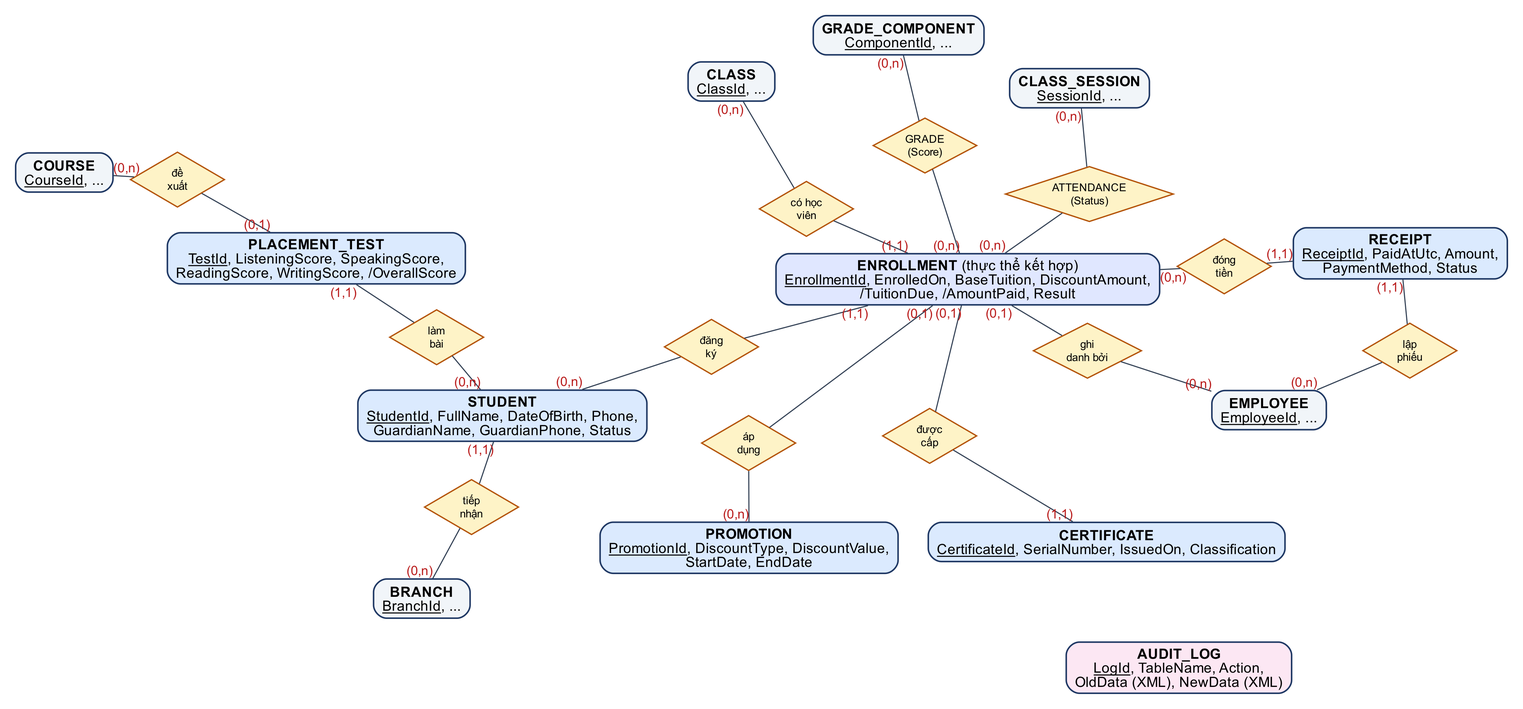
Above: docs/report/images/diagrams/erd_2_students_finance.png in nhutruong-uit/imcp (Graphviz), before the change. Its source is kept beside it as docs/report/diagrams/erd_2_students_finance.dot.
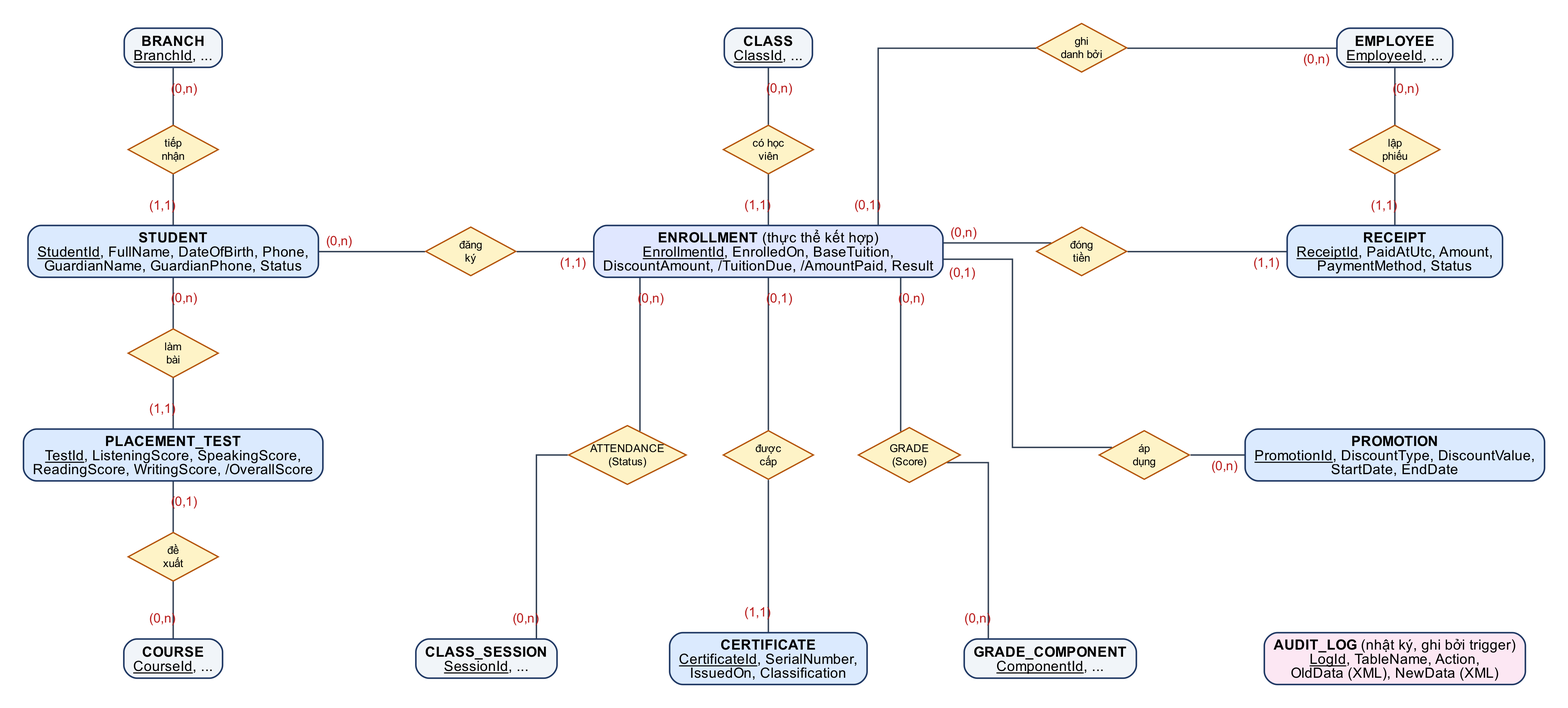
The same diagram one commit later.

Diff of the diagram source:
```diff
@@ -1,39 +1,48 @@
 graph ERD2 {
-  graph [layout=neato, overlap=prism, overlap_scaling=-2, splines=true, sep="+8", esep="+4", fontname="Arial", pad=0.2, dpi=220, start=7];
-  node  [fontname="Arial", fontsize=13];
-  edge  [fontname="Arial", fontsize=12, color="#334155", labelfontcolor="#B91C1C", labelfontsize=12, len=1.1];
+  graph [layout=neato, splines=ortho, fontname="Arial", pad=0.3, dpi=220, outputorder=edgesfirst];
+  node  [fontname="Arial", fontsize=13, pin=true];
+  edge  [fontname="Arial", fontsize=12, color="#334155", penwidth=1.3, labelfontcolor="#B91C1C", labelfontsize=12,
+         labeldistance=2.1, labelangle=28];
 
-  node [shape=box, style="filled,rounded", fillcolor="#DBEAFE", color="#1F3864", penwidth=1.4];
-  STUDENT [label=<<B>STUDENT</B><BR/><U>StudentId</U>, FullName, DateOfBirth, Phone,<BR/>GuardianName, GuardianPhone, Status>];
-  PLACEMENT_TEST [label=<<B>PLACEMENT_TEST</B><BR/><U>TestId</U>, ListeningScore, SpeakingScore,<BR/>ReadingScore, WritingScore, /OverallScore>];
-  ENROLLMENT [label=<<B>ENROLLMENT</B> (thực thể kết hợp)<BR/><U>EnrollmentId</U>, EnrolledOn, BaseTuition, DiscountAmount,<BR/>/TuitionDue, /AmountPaid, Result>, fillcolor="#E0E7FF"];
-  CLASS [label=<<B>CLASS</B><BR/><U>ClassId</U>, ...>, fillcolor="#F1F5F9"];
-  COURSE [label=<<B>COURSE</B><BR/><U>CourseId</U>, ...>, fillcolor="#F1F5F9"];
-  CLASS_SESSION [label=<<B>CLASS_SESSION</B><BR/><U>SessionId</U>, ...>, fillcolor="#F1F5F9"];
-  GRADE_COMPONENT [label=<<B>GRADE_COMPONENT</B><BR/><U>ComponentId</U>, ...>, fillcolor="#F1F5F9"];
-  EMPLOYEE [label=<<B>EMPLOYEE</B><BR/><U>EmployeeId</U>, ...>, fillcolor="#F1F5F9"];
-  BRANCH [label=<<B>BRANCH</B><BR/><U>BranchId</U>, ...>, fillcolor="#F1F5F9"];
-  PROMOTION [label=<<B>PROMOTION</B><BR/><U>PromotionId</U>, DiscountType, DiscountValue,<BR/>StartDate, EndDate>];
-  RECEIPT [label=<<B>RECEIPT</B><BR/><U>ReceiptId</U>, PaidAtUtc, Amount,<BR/>PaymentMethod, Status>];
-  CERTIFICATE [label=<<B>CERTIFICATE</B><BR/><U>CertificateId</U>, SerialNumber, IssuedOn, Classification>];
-  AUDIT_LOG [label=<<B>AUDIT_LOG</B><BR/><U>LogId</U>, TableName, Action,<BR/>OldData (XML), NewData (XML)>, fillcolor="#FCE7F3"];
+  node [shape=box, style="filled,rounded", fillcolor="#DBEAFE", color="#1F3864", penwidth=1.4, margin="0.12,0.06"];
+  BRANCH [pos="0,7.8!", label=<<B>BRANCH</B><BR/><U>BranchId</U>, ...>, fillcolor="#F1F5F9"];
+  STUDENT [pos="0,5.2!", label=<<B>STUDENT</B><BR/><U>StudentId</U>, FullName, DateOfBirth, Phone,<BR/>GuardianName, GuardianPhone, Status>];
+  PLACEMENT_TEST [pos="0,2.6!", label=<<B>PLACEMENT_TEST</B><BR/><U>TestId</U>, ListeningScore, SpeakingScore,<BR/>ReadingScore, WritingScore, /OverallScore>];
+  COURSE [pos="0,0!", label=<<B>COURSE</B><BR/><U>CourseId</U>, ...>, fillcolor="#F1F5F9"];
+  CLASS [pos="7.6,7.8!", label=<<B>CLASS</B><BR/><U>ClassId</U>, ...>, fillcolor="#F1F5F9"];
+  ENROLLMENT [pos="7.6,5.2!", label=<<B>ENROLLMENT</B> (thực thể kết hợp)<BR/><U>EnrollmentId</U>, EnrolledOn, BaseTuition,<BR/>DiscountAmount, /TuitionDue, /AmountPaid, Result>, fillcolor="#E0E7FF"];
+  CLASS_SESSION [pos="4.0,0!", label=<<B>CLASS_SESSION</B><BR/><U>SessionId</U>, ...>, fillcolor="#F1F5F9"];
+  CERTIFICATE [pos="7.6,0!", label=<<B>CERTIFICATE</B><BR/><U>CertificateId</U>, SerialNumber,<BR/>IssuedOn, Classification>];
+  GRADE_COMPONENT [pos="11.2,0!", label=<<B>GRADE_COMPONENT</B><BR/><U>ComponentId</U>, ...>, fillcolor="#F1F5F9"];
+  EMPLOYEE [pos="15.6,7.8!", label=<<B>EMPLOYEE</B><BR/><U>EmployeeId</U>, ...>, fillcolor="#F1F5F9"];
+  RECEIPT [pos="15.6,5.2!", label=<<B>RECEIPT</B><BR/><U>ReceiptId</U>, PaidAtUtc, Amount,<BR/>PaymentMethod, Status>];
+  PROMOTION [pos="15.6,2.6!", label=<<B>PROMOTION</B><BR/><U>PromotionId</U>, DiscountType, DiscountValue,<BR/>StartDate, EndDate>];
+  AUDIT_LOG [pos="15.6,0!", label=<<B>AUDIT_LOG</B> (nhật ký, ghi bởi trigger)<BR/><U>LogId</U>, TableName, Action,<BR/>OldData (XML), NewData (XML)>, fillcolor="#FCE7F3"];
 
-  node [shape=diamond, style=filled, fillcolor="#FEF3C7", color="#B45309", penwidth=1.2, fontsize=10, width=1.2, height=0.7];
-  r_dk [label="đăng\nký"]; r_co [label="có học\nviên"]; r_lam [label="làm\nbài"]; r_dx [label="đề\nxuất"];
-  r_km [label="áp\ndụng"]; r_dong [label="đóng\ntiền"]; r_lap [label="lập\nphiếu"]; r_nv [label="ghi\ndanh bởi"];
-  r_cap [label="được\ncấp"]; r_tn [label="tiếp\nnhận"];
-  ATTENDANCE [label="ATTENDANCE\n(Status)"]; GRADE [label="GRADE\n(Score)"];
+  node [shape=diamond, style=filled, fillcolor="#FEF3C7", color="#B45309", penwidth=1.2, fontsize=10, width=1.15, height=0.62, margin=0];
+  r_tn [pos="0,6.5!", label="tiếp\nnhận"];
+  r_lam [pos="0,3.9!", label="làm\nbài"];
+  r_dx [pos="0,1.3!", label="đề\nxuất"];
+  r_dk [pos="3.8,5.2!", label="đăng\nký"];
+  r_co [pos="7.6,6.5!", label="có học\nviên"];
+  r_nv [pos="11.6,7.8!", label="ghi\ndanh bởi"];
+  r_dong [pos="11.6,5.2!", label="đóng\ntiền"];
+  r_lap [pos="15.6,6.5!", label="lập\nphiếu"];
+  r_km [pos="12.4,2.6!", label="áp\ndụng"];
+  ATTENDANCE [pos="5.8,2.6!", label="ATTENDANCE\n(Status)", width=1.5, height=0.75];
+  r_cap [pos="7.6,2.6!", label="được\ncấp"];
+  GRADE [pos="9.4,2.6!", label="GRADE\n(Score)", width=1.3, height=0.7];
 
-  STUDENT -- r_dk [taillabel="(0,n)"]; r_dk -- ENROLLMENT [headlabel="(1,1)"];
-  CLASS -- r_co [taillabel="(0,n)"]; r_co -- ENROLLMENT [headlabel="(1,1)"];
   STUDENT -- r_tn [taillabel="(1,1)"]; r_tn -- BRANCH [headlabel="(0,n)"];
   STUDENT -- r_lam [taillabel="(0,n)"]; r_lam -- PLACEMENT_TEST [headlabel="(1,1)"];
   PLACEMENT_TEST -- r_dx [taillabel="(0,1)"]; r_dx -- COURSE [headlabel="(0,n)"];
-  ENROLLMENT -- r_km [taillabel="(0,1)"]; r_km -- PROMOTION [headlabel="(0,n)"];
+  STUDENT -- r_dk [taillabel="(0,n)"]; r_dk -- ENROLLMENT [headlabel="(1,1)"];
+  CLASS -- r_co [taillabel="(0,n)"]; r_co -- ENROLLMENT [headlabel="(1,1)"];
   ENROLLMENT -- r_nv [taillabel="(0,1)"]; r_nv -- EMPLOYEE [headlabel="(0,n)"];
   ENROLLMENT -- r_dong [taillabel="(0,n)"]; r_dong -- RECEIPT [headlabel="(1,1)"];
   RECEIPT -- r_lap [taillabel="(1,1)"]; r_lap -- EMPLOYEE [headlabel="(0,n)"];
+  ENROLLMENT -- r_km [taillabel="(0,1)", labelangle=-35]; r_km -- PROMOTION [headlabel="(0,n)"];
   ENROLLMENT -- ATTENDANCE [taillabel="(0,n)"]; ATTENDANCE -- CLASS_SESSION [headlabel="(0,n)"];
+  ENROLLMENT -- r_cap [taillabel="(0,1)"]; r_cap -- CERTIFICATE [headlabel="(1,1)"];
   ENROLLMENT -- GRADE [taillabel="(0,n)"]; GRADE -- GRADE_COMPONENT [headlabel="(0,n)"];
-  ENROLLMENT -- r_cap [taillabel="(0,1)"]; r_cap -- CERTIFICATE [headlabel="(1,1)"];
 }
```
